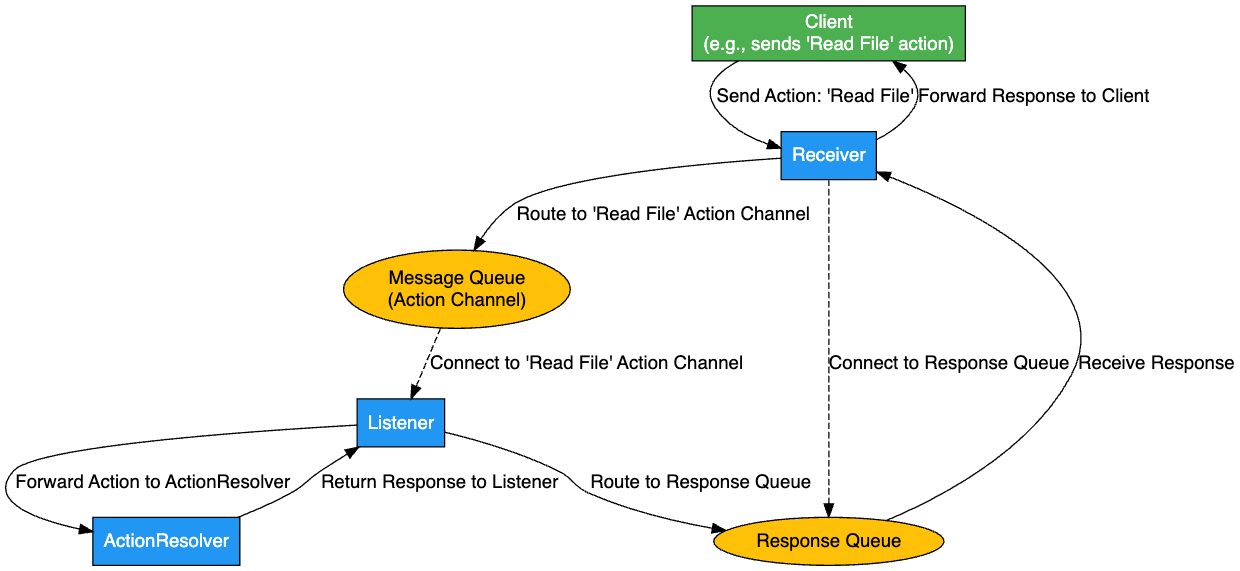
The Graphviz diagram assets/arch_1.png in wabee-ai/agenet, before a commit. Its source is kept beside it as assets/arch_1.dot. The source it was exported from:
```dot
digraph MacroArchitecture {
    rankdir=TB;  // Top-to-Bottom layout

    graph [fontname="Helvetica", fontsize=12];
    node [shape=box, style=filled, fontcolor=white, fontname="Helvetica"];
    edge [fontname="Helvetica"];

    Client [label="Client\n(e.g., sends 'Read File' action)", fillcolor="#4CAF50"];
    Receiver [label="Receiver", fillcolor="#2196F3"];
    Listener [label="Listener", fillcolor="#2196F3"];
    ActionResolver [label="ActionResolver", fillcolor="#2196F3"];

    MessageQueue [label="Message Queue\n(Action Channel)", shape=ellipse, fillcolor="#FFC107", fontcolor=black];
    ResponseQueue [label="Response Queue", shape=ellipse, fillcolor="#FFC107", fontcolor=black];

    Client -> Receiver [label="Send Action: 'Read File'"];
    Receiver -> MessageQueue [label="Route to 'Read File' Action Channel"];

    Receiver -> ResponseQueue [style=dashed, label="Connect to Response Queue"];
    MessageQueue -> Listener [style=dashed, label="Connect to 'Read File' Action Channel"];

    Listener -> ActionResolver [label="Forward Action to ActionResolver"];
    ActionResolver -> Listener [label="Return Response to Listener"];
    Listener -> ResponseQueue [label="Route to Response Queue"];
    ResponseQueue -> Receiver [label="Receive Response"];
    Receiver -> Client [label="Forward Response to Client"];
}
```
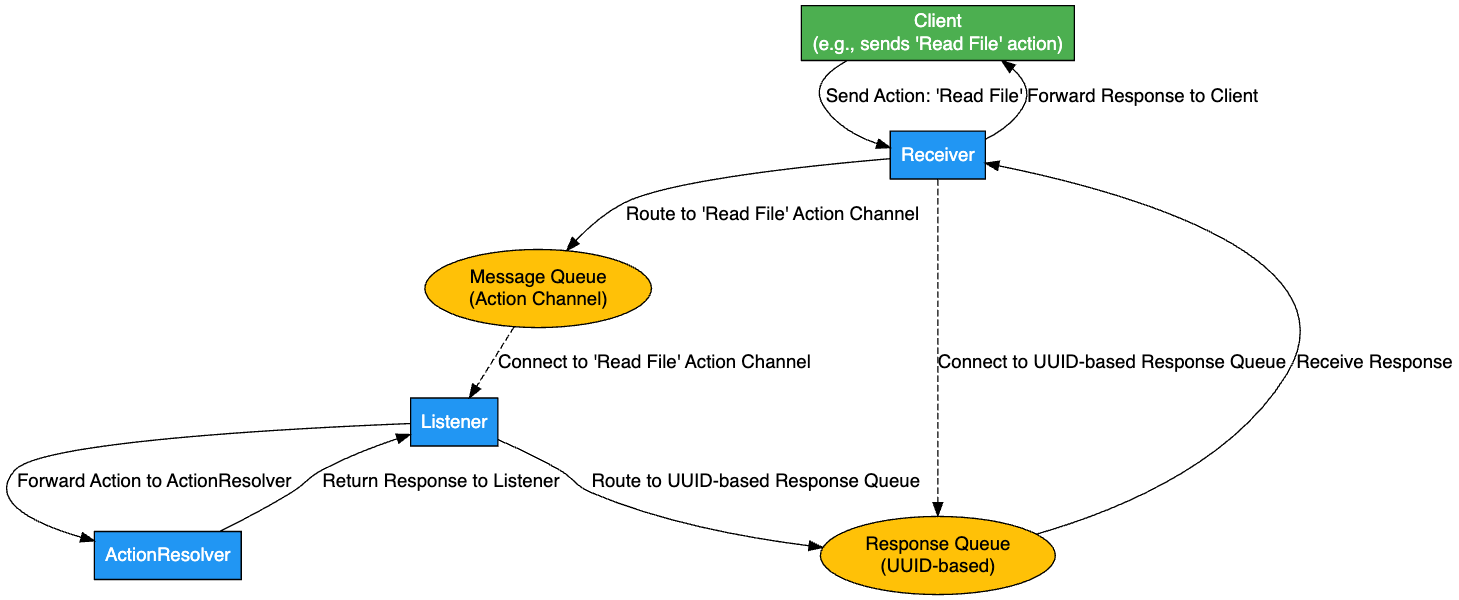
After the commit.

Commit message:
Update message and response queue labels in architecture diagram

The commit updates the labels for the "Response Queue" to include UUID-based information, reflecting changes in how responses are handled within the system. Additionally, it modifies the README.md file to describe the revised flow of actions and responses in more detail.

What changed in the source:
```diff
@@ -11,17 +11,17 @@
     ActionResolver [label="ActionResolver", fillcolor="#2196F3"];
 
     MessageQueue [label="Message Queue\n(Action Channel)", shape=ellipse, fillcolor="#FFC107", fontcolor=black];
-    ResponseQueue [label="Response Queue", shape=ellipse, fillcolor="#FFC107", fontcolor=black];
+    ResponseQueue [label="Response Queue\n(UUID-based)", shape=ellipse, fillcolor="#FFC107", fontcolor=black];
 
     Client -> Receiver [label="Send Action: 'Read File'"];
     Receiver -> MessageQueue [label="Route to 'Read File' Action Channel"];
 
-    Receiver -> ResponseQueue [style=dashed, label="Connect to Response Queue"];
+    Receiver -> ResponseQueue [style=dashed, label="Connect to UUID-based Response Queue"];
     MessageQueue -> Listener [style=dashed, label="Connect to 'Read File' Action Channel"];
 
     Listener -> ActionResolver [label="Forward Action to ActionResolver"];
     ActionResolver -> Listener [label="Return Response to Listener"];
-    Listener -> ResponseQueue [label="Route to Response Queue"];
+    Listener -> ResponseQueue [label="Route to UUID-based Response Queue"];
     ResponseQueue -> Receiver [label="Receive Response"];
     Receiver -> Client [label="Forward Response to Client"];
 }
```
